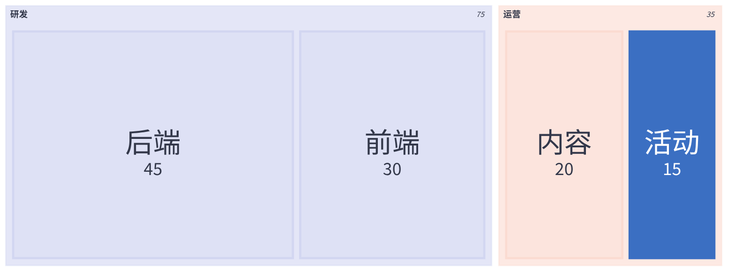
Earlier version of the Mermaid export docs/assets/treemap.png (huang-hee/diagram-kit). Its source is kept beside it as docs/assets/treemap.mmd.
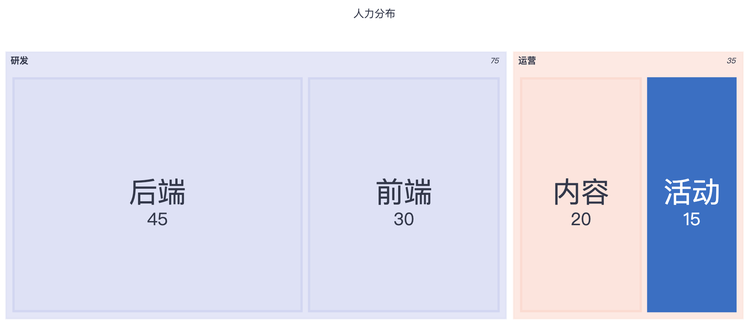
After the commit.

Diff of the diagram source:
```diff
@@ -1,7 +1,14 @@
 ---
+title: "人力分布"
 config:
   theme: base
   fontFamily: "PingFang SC, Microsoft YaHei, Noto Sans CJK SC, Source Han Sans SC, sans-serif"
+  flowchart:
+    curve: "step"
+    nodeSpacing: 50
+    rankSpacing: 60
+    padding: 12
+    wrappingWidth: 300
   themeVariables:
     background: "#FFFFFF"
     primaryColor: "#FFFFFF"
```
